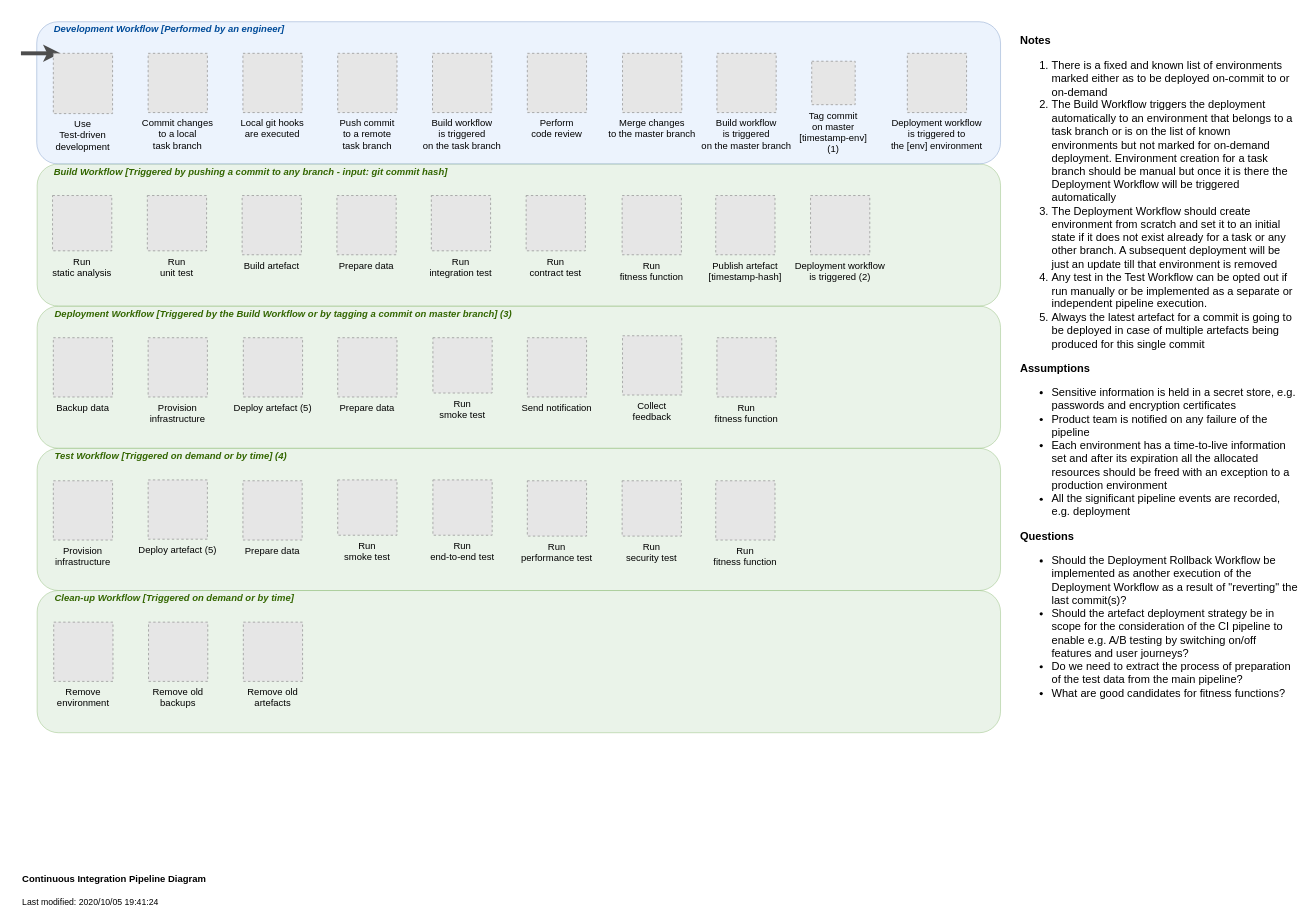
The draw.io diagram page "Continuous Integration" (1 of 2) of documentation/DevOps.drawio in nhs-england-tools/make-devops, before the edit. Source tidied: cells renumbered, new cells numbered last; positions are measured from the earlier drawing's top-left corner, leaving out a move shared by most shapes. Both pictures are drawn from the tidied source at 79%, with x=0, y=0 at pixel (21, 21). Pictures stored in the file or linked from it are replaced by grey dashed boxes.
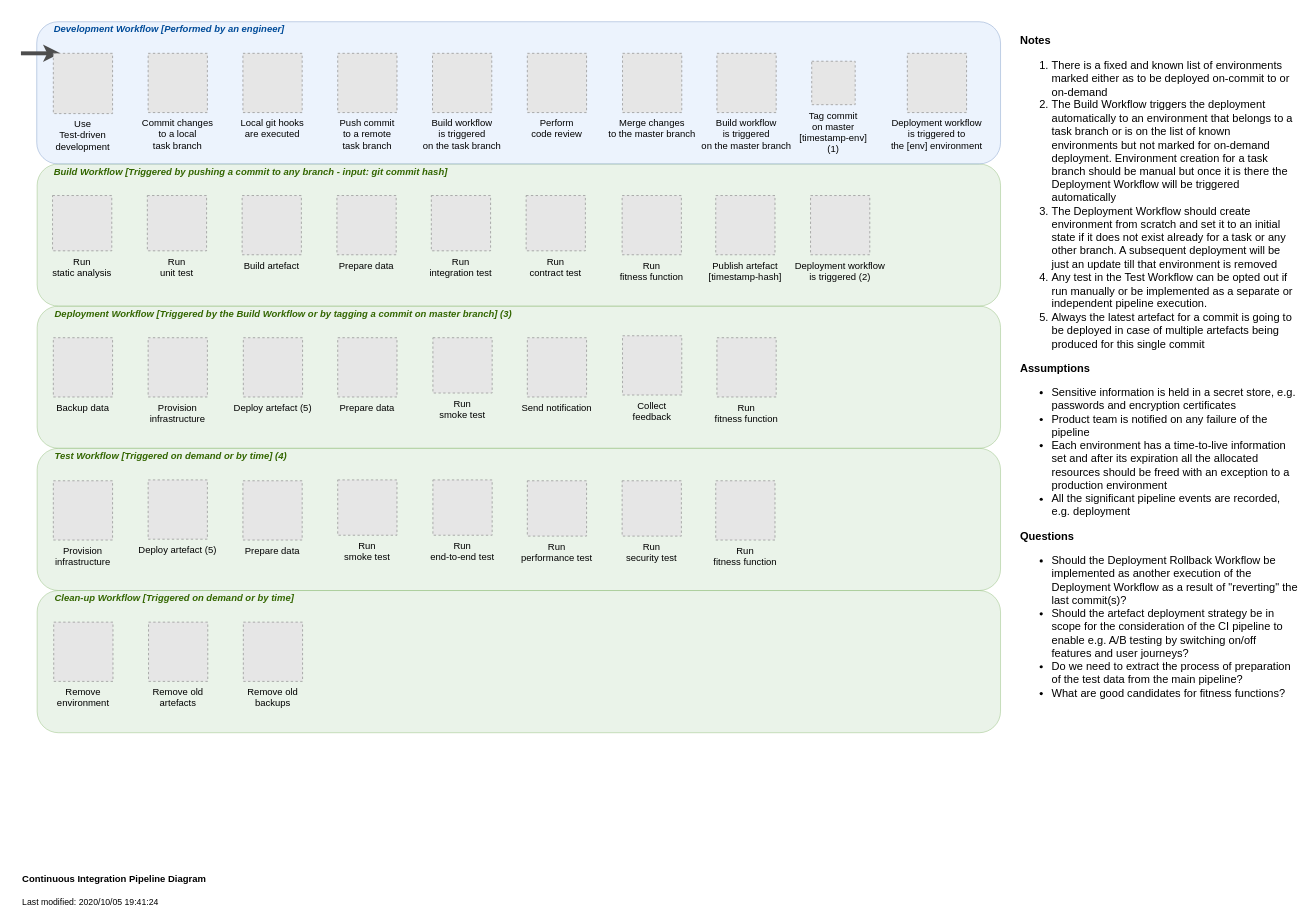
The same diagram, later.

What changed in the source:
```diff
@@
-    <mxCell id="13" value="Remove old&#10;backups" style="fillColor=#E6E6E6;strokeColor=#999999;dashed=1;verticalLabelPosition=bottom;labelBackgroundColor=none;verticalAlign=top;" parent="1" vertex="1">
+    <mxCell id="13" value="Remove old&#10;artefacts" style="fillColor=#E6E6E6;strokeColor=#999999;dashed=1;verticalLabelPosition=bottom;labelBackgroundColor=none;verticalAlign=top;" parent="1" vertex="1">
       <mxGeometry x="161.5" y="760" width="75" height="75" as="geometry" />
     </mxCell>
-    <mxCell id="14" value="Remove old&#10;artefacts" style="fillColor=#E6E6E6;strokeColor=#999999;dashed=1;verticalLabelPosition=bottom;labelBackgroundColor=none;verticalAlign=top;" parent="1" vertex="1">
+    <mxCell id="14" value="Remove old&#10;backups" style="fillColor=#E6E6E6;strokeColor=#999999;dashed=1;verticalLabelPosition=bottom;labelBackgroundColor=none;verticalAlign=top;" parent="1" vertex="1">
       <mxGeometry x="281.5" y="760" width="75" height="75" as="geometry" />
     </mxCell>
```
